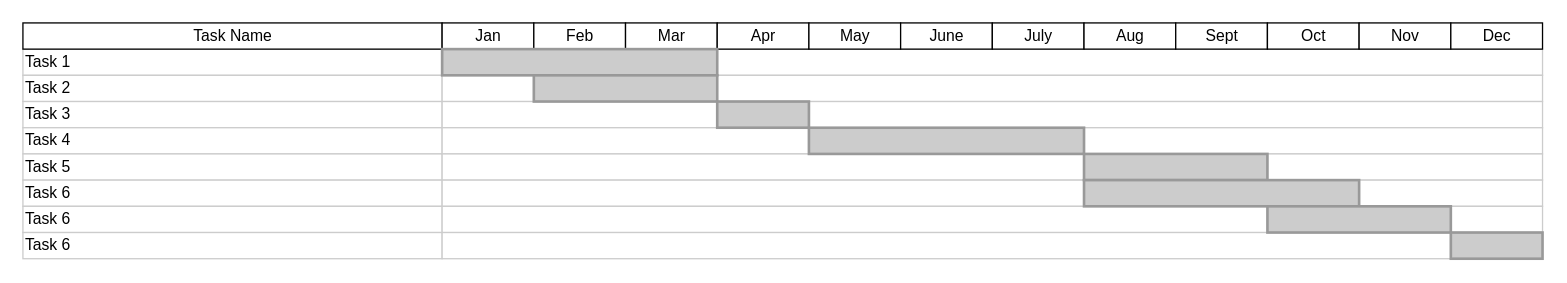
The draw.io diagram auto_modify_price.drawio in mrlonely001/gittest, before the edit. Source tidied: cells renumbered, new cells numbered last; positions are measured from the earlier drawing's top-left corner, leaving out a move shared by most shapes. Both pictures are drawn from the tidied source at 131%, with x=0, y=0 at pixel (22, 22).
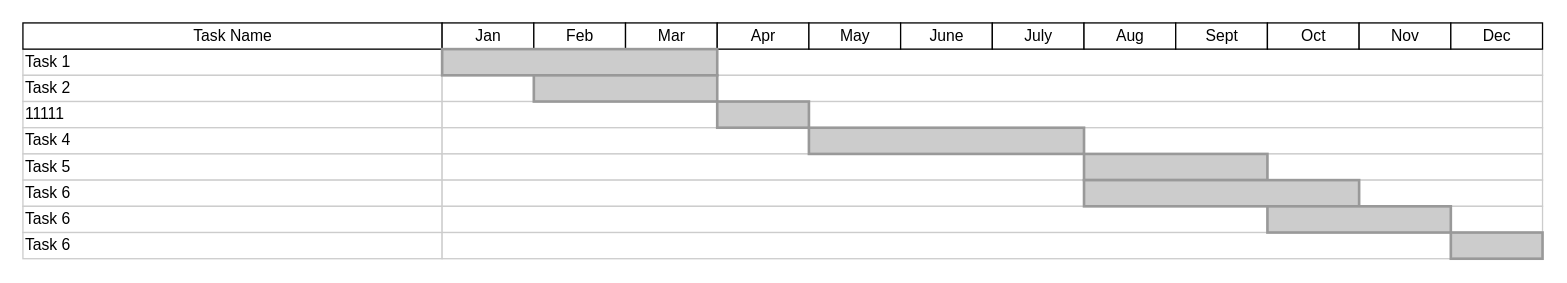
Above is the later version.

Diff of the diagram source:
```diff
@@
-    <mxCell id="4" value="Task 3" style="align=left;strokeColor=#CCCCCC;html=1;" parent="1" vertex="1">
+    <mxCell id="4" value="11111" style="align=left;strokeColor=#CCCCCC;html=1;" parent="1" vertex="1">
       <mxGeometry y="60" width="320" height="20" as="geometry" />
     </mxCell>
```
